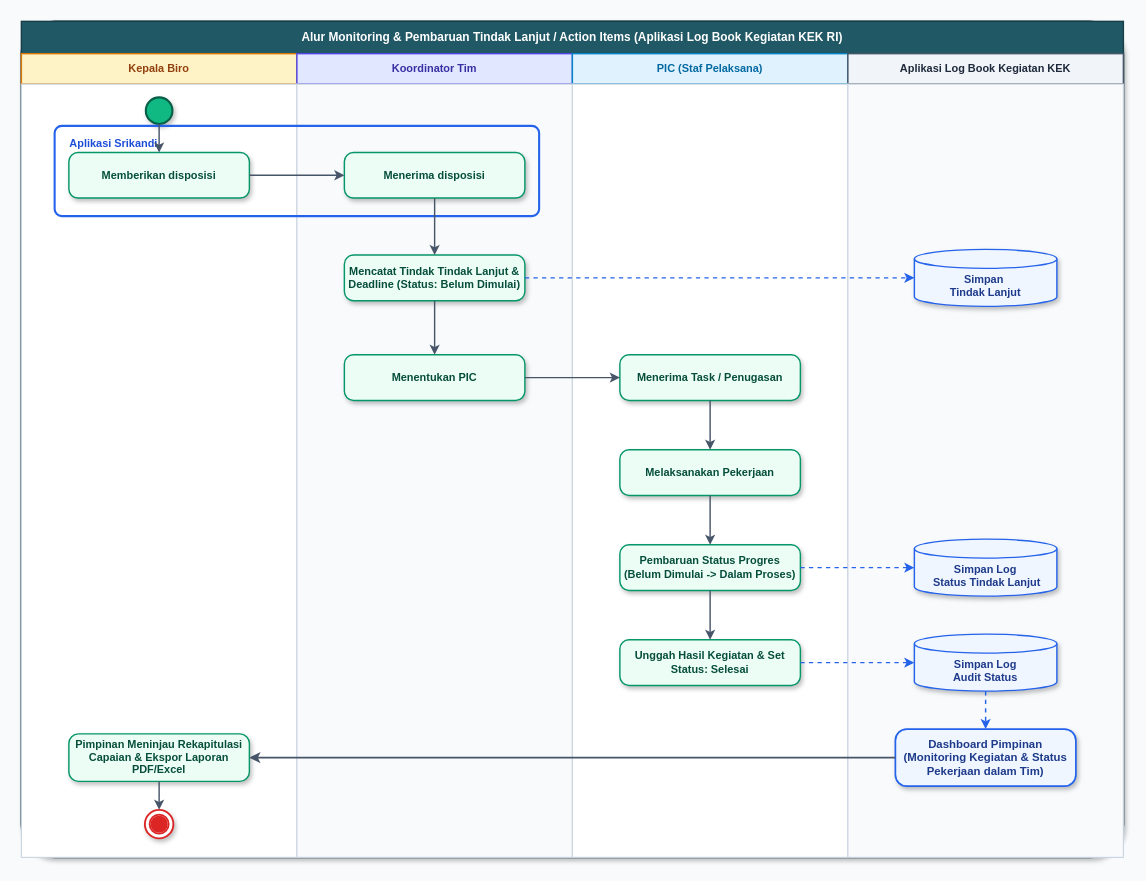
Napppz/Website-Log-Rapat-Kek keeps this draw.io diagram as page "c. Alur Monitoring & Pembaruan Tindak Lanjut" (3 of 3) of public/ACTIVITY_DIAGRAM_Log_Book_Rapat.drawio. Above is the earlier version. Source tidied: cells renumbered, new cells numbered last; positions are measured from the earlier drawing's top-left corner, leaving out a move shared by most shapes. Both pictures are drawn from the tidied source at 95%, with x=0, y=0 at pixel (21, 21).
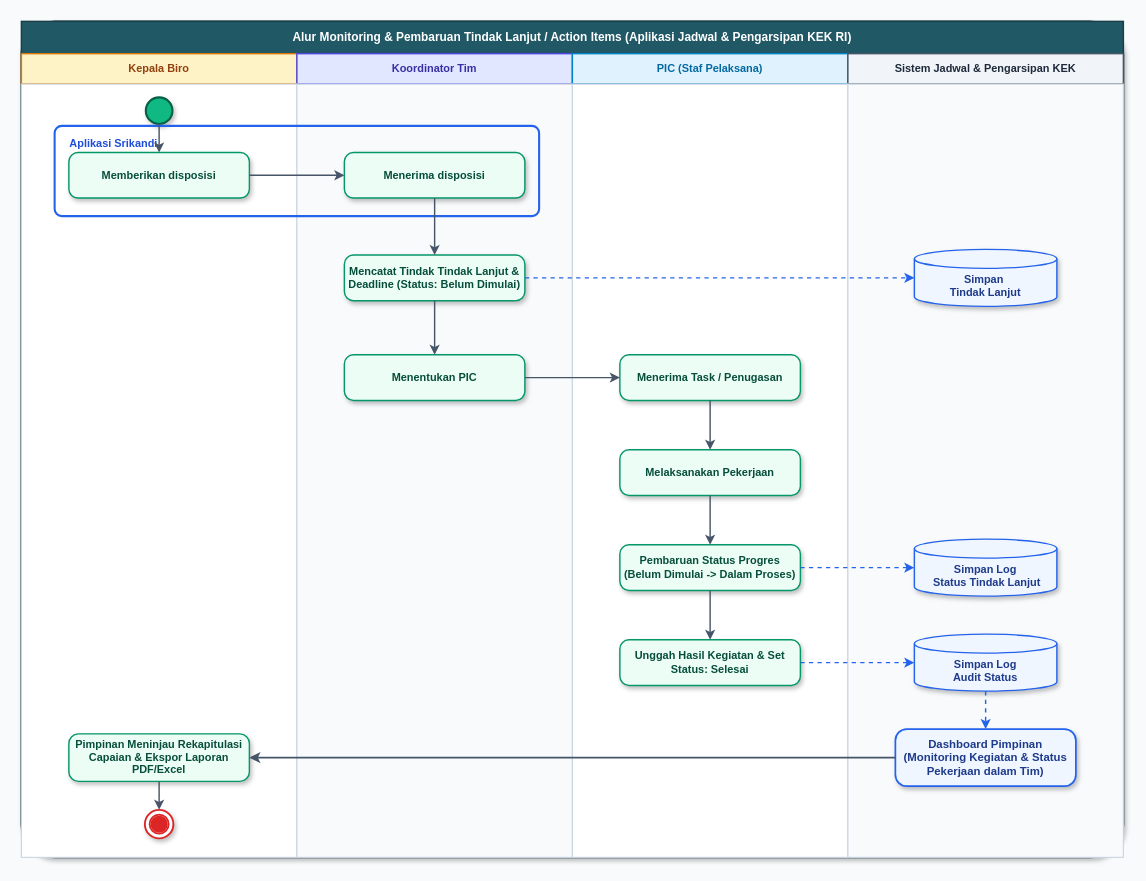
The same diagram, later.

The change refers to these unchanged cells:
```xml
<mxCell id="2" style="rounded=1;arcSize=4;whiteSpace=wrap;html=1;strokeColor=#183E47;strokeWidth=2;fillColor=#ffffff;shadow=1;" parent="1" vertex="1">
  <mxGeometry width="1160" height="880" as="geometry" />
</mxCell>
```

Change to the diagram source:
```diff
@@
-    <mxCell id="3" value="&lt;b&gt;Alur Monitoring &amp;amp; Pembaruan Tindak Lanjut / Action Items (Aplikasi Log Book Kegiatan KEK RI)&lt;/b&gt;" style="rounded=0;whiteSpace=wrap;html=1;strokeColor=#183E47;strokeWidth=1.5;fillColor=#215865;align=center;verticalAlign=middle;fontFamily=Helvetica;fontSize=12.5;fontColor=#ffffff;fontStyle=1;" parent="2" vertex="1">
+    <mxCell id="3" value="&lt;b&gt;Alur Monitoring &amp;amp; Pembaruan Tindak Lanjut / Action Items (Aplikasi Jadwal &amp;amp; Pengarsipan KEK RI)&lt;/b&gt;" style="rounded=0;whiteSpace=wrap;html=1;strokeColor=#183E47;strokeWidth=1.5;fillColor=#215865;align=center;verticalAlign=middle;fontFamily=Helvetica;fontSize=12.5;fontColor=#ffffff;fontStyle=1;" parent="2" vertex="1">
       <mxGeometry width="1160" height="34" as="geometry" />
     </mxCell>
@@
-    <mxCell id="7" value="&lt;b&gt;Aplikasi Log Book Kegiatan KEK&lt;/b&gt;" style="rounded=0;whiteSpace=wrap;html=1;strokeColor=#475569;strokeWidth=1.5;fillColor=#F1F5F9;align=center;verticalAlign=middle;fontFamily=Helvetica;fontSize=11.5;fontColor=#1E293B;fontStyle=1;" parent="2" vertex="1">
+    <mxCell id="7" value="&lt;b&gt;Sistem Jadwal &amp; Pengarsipan KEK&lt;/b&gt;" style="rounded=0;whiteSpace=wrap;html=1;strokeColor=#475569;strokeWidth=1.5;fillColor=#F1F5F9;align=center;verticalAlign=middle;fontFamily=Helvetica;fontSize=11.5;fontColor=#1E293B;fontStyle=1;" parent="2" vertex="1">
       <mxGeometry x="870" y="34" width="290" height="32" as="geometry" />
     </mxCell>
```
